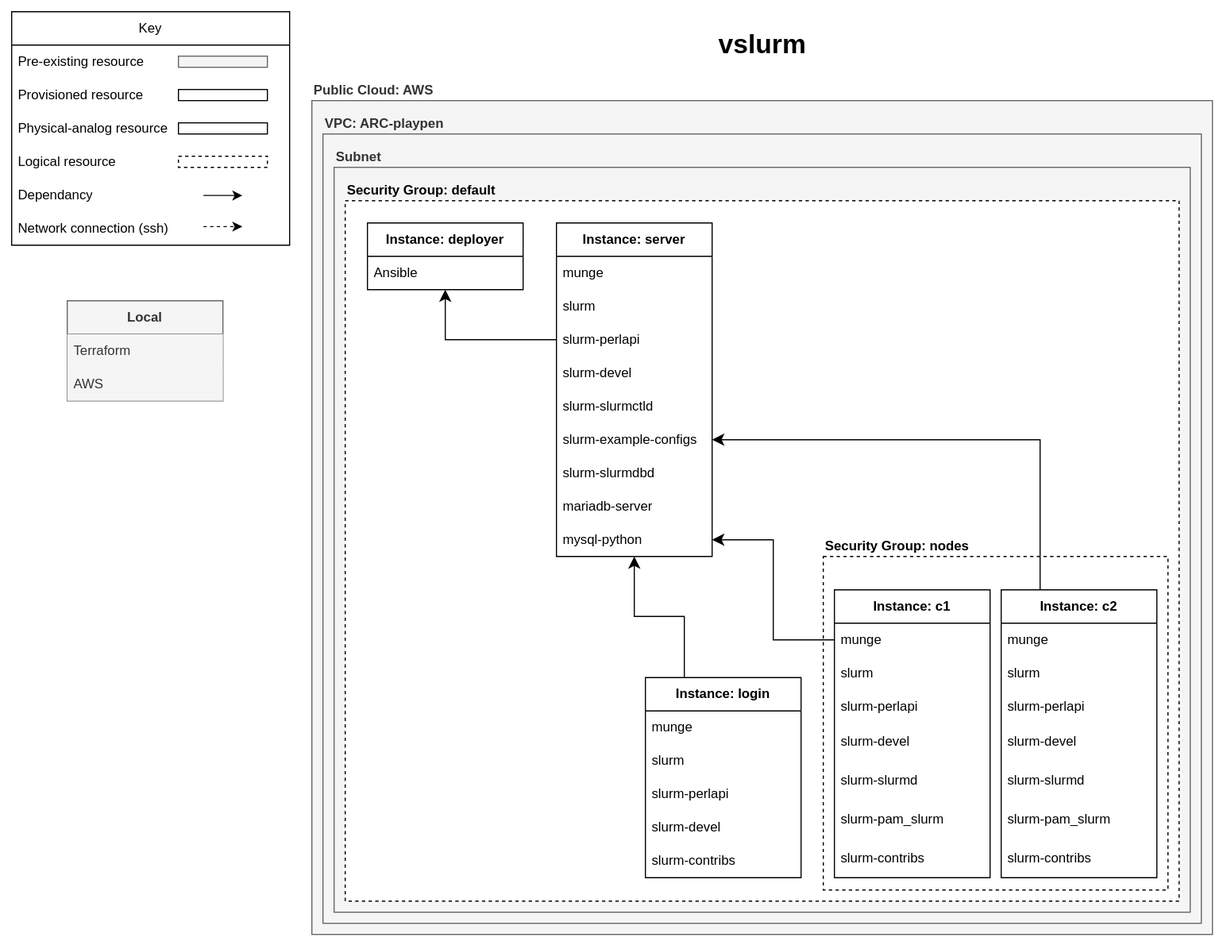
UCL-ARC/terraform-aws-vslurm keeps this draw.io diagram as diagrams/terraform-aws-vslurm.drawio.svg. Above is the earlier version. Source tidied: cells renumbered, new cells last; positions are measured from the earlier drawing's top-left corner, leaving out a move shared by most shapes.
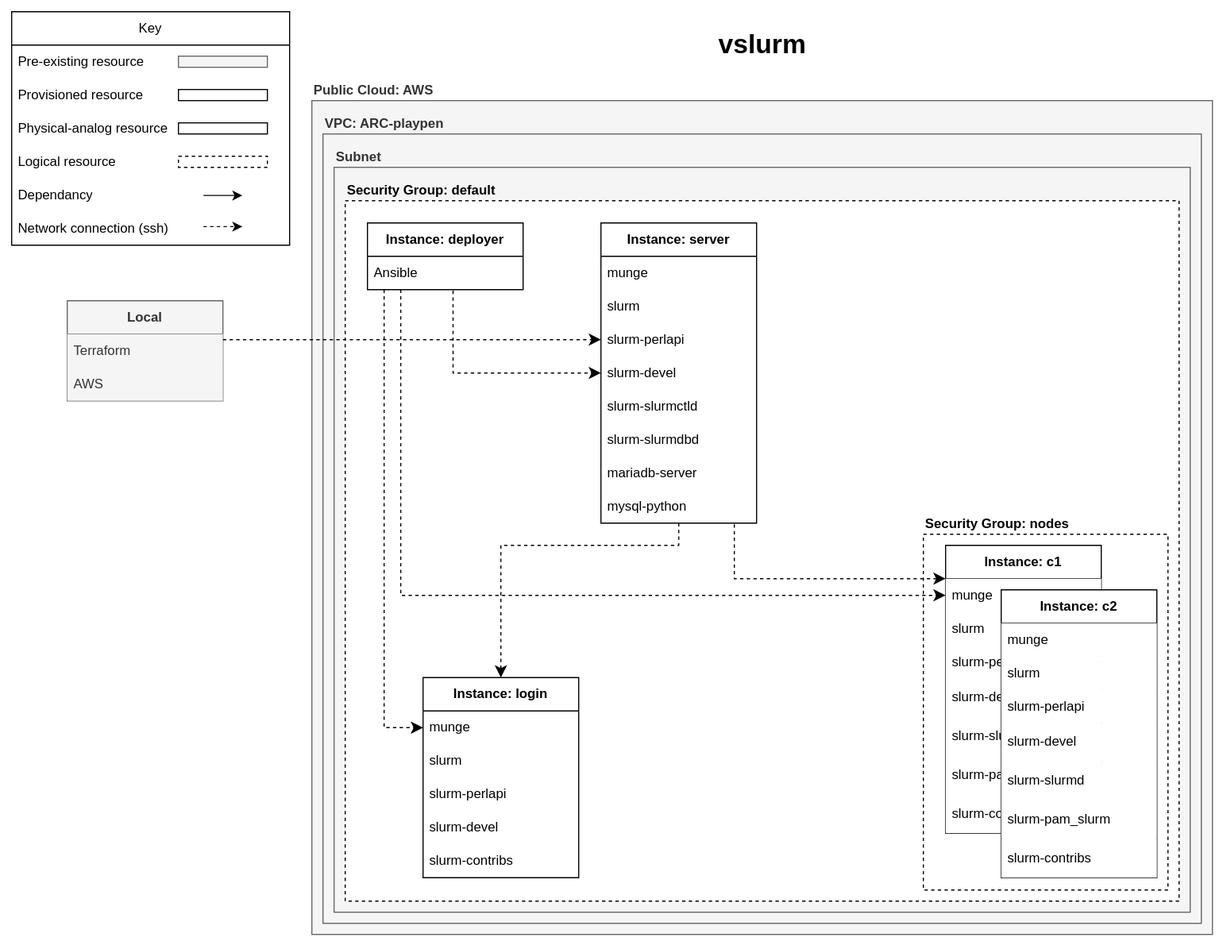
Above is the later version.

Commit message:
tweaked the configuration of the diagram; switched it to show intended ssh connections

The edit, as a diff of the source:
```diff
@@ -76,7 +76,7 @@
       <mxGeometry x="300" y="180" width="750" height="630" as="geometry" />
     </mxCell>
     <mxCell id="27" value="Security Group: nodes" style="text;html=1;align=left;verticalAlign=bottom;whiteSpace=wrap;rounded=0;fontStyle=1;labelPosition=center;verticalLabelPosition=top;strokeColor=default;fillColor=default;dashed=1;" parent="25" vertex="1">
-      <mxGeometry x="730" y="500" width="310" height="300" as="geometry" />
+      <mxGeometry x="820" y="480" width="220" height="320" as="geometry" />
     </mxCell>
     <mxCell id="28" value="provisioned instances" parent="0" />
     <mxCell id="29" value="&lt;b&gt;Instance: deployer&lt;/b&gt;" style="swimlane;fontStyle=0;horizontal=1;startSize=30;whiteSpace=wrap;html=1;strokeWidth=1;" parent="28" vertex="1">
@@ -86,7 +86,7 @@
       <mxGeometry y="30" width="140" height="30" as="geometry" />
     </mxCell>
     <mxCell id="31" value="&lt;b&gt;Instance: login&lt;/b&gt;" style="swimlane;fontStyle=0;horizontal=1;startSize=30;whiteSpace=wrap;html=1;" parent="28" vertex="1">
-      <mxGeometry x="570" y="609" width="140" height="180" as="geometry" />
+      <mxGeometry x="370" y="609" width="140" height="180" as="geometry" />
     </mxCell>
     <mxCell id="32" value="munge" style="text;strokeColor=none;fillColor=none;align=left;verticalAlign=middle;spacingLeft=4;spacingRight=4;overflow=hidden;points=[[0,0.5],[1,0.5]];portConstraint=eastwest;whiteSpace=wrap;html=1;" parent="31" vertex="1">
       <mxGeometry y="30" width="140" height="30" as="geometry" />
@@ -103,56 +103,56 @@
     <mxCell id="36" value="slurm-contribs" style="text;strokeColor=none;fillColor=none;align=left;verticalAlign=middle;spacingLeft=4;spacingRight=4;overflow=hidden;whiteSpace=wrap;html=1;" parent="31" vertex="1">
       <mxGeometry y="150" width="140" height="30" as="geometry" />
     </mxCell>
-    <mxCell id="37" value="&lt;b&gt;Instance: c1&lt;/b&gt;" style="swimlane;fontStyle=0;horizontal=1;startSize=30;whiteSpace=wrap;html=1;" parent="28" vertex="1">
-      <mxGeometry x="740" y="530" width="140" height="258.9" as="geometry" />
+    <mxCell id="37" value="&lt;b&gt;Instance: c1&lt;/b&gt;" style="swimlane;fontStyle=0;horizontal=1;startSize=30;whiteSpace=wrap;html=1;fillColor=default;" parent="28" vertex="1">
+      <mxGeometry x="840" y="490" width="140" height="258.9" as="geometry" />
     </mxCell>
-    <mxCell id="38" value="munge" style="text;strokeColor=none;fillColor=none;align=left;verticalAlign=middle;spacingLeft=4;spacingRight=4;overflow=hidden;points=[[0,0.5],[1,0.5]];portConstraint=eastwest;whiteSpace=wrap;html=1;" parent="37" vertex="1">
+    <mxCell id="38" value="munge" style="text;strokeColor=none;fillColor=default;align=left;verticalAlign=middle;spacingLeft=4;spacingRight=4;overflow=hidden;points=[[0,0.5],[1,0.5]];portConstraint=eastwest;whiteSpace=wrap;html=1;" parent="37" vertex="1">
       <mxGeometry y="30" width="140" height="30" as="geometry" />
     </mxCell>
-    <mxCell id="39" value="slurm" style="text;strokeColor=none;fillColor=none;align=left;verticalAlign=middle;spacingLeft=4;spacingRight=4;overflow=hidden;whiteSpace=wrap;html=1;" parent="37" vertex="1">
+    <mxCell id="39" value="slurm" style="text;strokeColor=none;fillColor=default;align=left;verticalAlign=middle;spacingLeft=4;spacingRight=4;overflow=hidden;whiteSpace=wrap;html=1;" parent="37" vertex="1">
       <mxGeometry y="60" width="140" height="30" as="geometry" />
     </mxCell>
-    <mxCell id="40" value="slurm-perlapi" style="text;strokeColor=none;fillColor=none;align=left;verticalAlign=middle;spacingLeft=4;spacingRight=4;overflow=hidden;whiteSpace=wrap;html=1;" parent="37" vertex="1">
+    <mxCell id="40" value="slurm-perlapi" style="text;strokeColor=none;fillColor=default;align=left;verticalAlign=middle;spacingLeft=4;spacingRight=4;overflow=hidden;whiteSpace=wrap;html=1;" parent="37" vertex="1">
       <mxGeometry y="90" width="140" height="30" as="geometry" />
     </mxCell>
-    <mxCell id="41" value="slurm-devel" style="text;strokeColor=none;fillColor=none;align=left;verticalAlign=middle;spacingLeft=4;spacingRight=4;overflow=hidden;whiteSpace=wrap;html=1;" parent="37" vertex="1">
+    <mxCell id="41" value="slurm-devel" style="text;strokeColor=none;fillColor=default;align=left;verticalAlign=middle;spacingLeft=4;spacingRight=4;overflow=hidden;whiteSpace=wrap;html=1;" parent="37" vertex="1">
       <mxGeometry y="120" width="140" height="34.7" as="geometry" />
     </mxCell>
-    <mxCell id="42" value="slurm-slurmd" style="text;strokeColor=none;fillColor=none;align=left;verticalAlign=middle;spacingLeft=4;spacingRight=4;overflow=hidden;whiteSpace=wrap;html=1;" parent="37" vertex="1">
+    <mxCell id="42" value="slurm-slurmd" style="text;strokeColor=none;fillColor=default;align=left;verticalAlign=middle;spacingLeft=4;spacingRight=4;overflow=hidden;whiteSpace=wrap;html=1;" parent="37" vertex="1">
       <mxGeometry y="154.7" width="140" height="34.7" as="geometry" />
     </mxCell>
-    <mxCell id="43" value="slurm-pam_slurm" style="text;strokeColor=none;fillColor=none;align=left;verticalAlign=middle;spacingLeft=4;spacingRight=4;overflow=hidden;whiteSpace=wrap;html=1;" parent="37" vertex="1">
+    <mxCell id="43" value="slurm-pam_slurm" style="text;strokeColor=none;fillColor=default;align=left;verticalAlign=middle;spacingLeft=4;spacingRight=4;overflow=hidden;whiteSpace=wrap;html=1;" parent="37" vertex="1">
       <mxGeometry y="189.5" width="140" height="34.7" as="geometry" />
     </mxCell>
-    <mxCell id="44" value="slurm-contribs" style="text;strokeColor=none;fillColor=none;align=left;verticalAlign=middle;spacingLeft=4;spacingRight=4;overflow=hidden;whiteSpace=wrap;html=1;" parent="37" vertex="1">
+    <mxCell id="44" value="slurm-contribs" style="text;strokeColor=none;fillColor=default;align=left;verticalAlign=middle;spacingLeft=4;spacingRight=4;overflow=hidden;whiteSpace=wrap;html=1;" parent="37" vertex="1">
       <mxGeometry y="224.2" width="140" height="34.7" as="geometry" />
     </mxCell>
-    <mxCell id="45" value="&lt;b&gt;Instance: c2&lt;/b&gt;" style="swimlane;fontStyle=0;horizontal=1;startSize=30;whiteSpace=wrap;html=1;" parent="28" vertex="1">
+    <mxCell id="45" value="&lt;b&gt;Instance: c2&lt;/b&gt;" style="swimlane;fontStyle=0;horizontal=1;startSize=30;whiteSpace=wrap;html=1;fillColor=default;" parent="28" vertex="1">
       <mxGeometry x="890" y="530" width="140" height="258.9" as="geometry" />
     </mxCell>
-    <mxCell id="46" value="munge" style="text;strokeColor=none;fillColor=none;align=left;verticalAlign=middle;spacingLeft=4;spacingRight=4;overflow=hidden;whiteSpace=wrap;html=1;" parent="45" vertex="1">
+    <mxCell id="46" value="munge" style="text;strokeColor=none;fillColor=default;align=left;verticalAlign=middle;spacingLeft=4;spacingRight=4;overflow=hidden;whiteSpace=wrap;html=1;" parent="45" vertex="1">
       <mxGeometry y="30" width="140" height="30" as="geometry" />
     </mxCell>
-    <mxCell id="47" value="slurm" style="text;strokeColor=none;fillColor=none;align=left;verticalAlign=middle;spacingLeft=4;spacingRight=4;overflow=hidden;whiteSpace=wrap;html=1;" parent="45" vertex="1">
+    <mxCell id="47" value="slurm" style="text;strokeColor=none;fillColor=default;align=left;verticalAlign=middle;spacingLeft=4;spacingRight=4;overflow=hidden;whiteSpace=wrap;html=1;" parent="45" vertex="1">
       <mxGeometry y="60" width="140" height="30" as="geometry" />
     </mxCell>
-    <mxCell id="48" value="slurm-perlapi" style="text;strokeColor=none;fillColor=none;align=left;verticalAlign=middle;spacingLeft=4;spacingRight=4;overflow=hidden;whiteSpace=wrap;html=1;" parent="45" vertex="1">
+    <mxCell id="48" value="slurm-perlapi" style="text;strokeColor=none;fillColor=default;align=left;verticalAlign=middle;spacingLeft=4;spacingRight=4;overflow=hidden;whiteSpace=wrap;html=1;" parent="45" vertex="1">
       <mxGeometry y="90" width="140" height="30" as="geometry" />
     </mxCell>
-    <mxCell id="49" value="slurm-devel" style="text;strokeColor=none;fillColor=none;align=left;verticalAlign=middle;spacingLeft=4;spacingRight=4;overflow=hidden;whiteSpace=wrap;html=1;" parent="45" vertex="1">
+    <mxCell id="49" value="slurm-devel" style="text;strokeColor=none;fillColor=default;align=left;verticalAlign=middle;spacingLeft=4;spacingRight=4;overflow=hidden;whiteSpace=wrap;html=1;" parent="45" vertex="1">
       <mxGeometry y="120" width="140" height="34.7" as="geometry" />
     </mxCell>
-    <mxCell id="50" value="slurm-slurmd" style="text;strokeColor=none;fillColor=none;align=left;verticalAlign=middle;spacingLeft=4;spacingRight=4;overflow=hidden;whiteSpace=wrap;html=1;" parent="45" vertex="1">
+    <mxCell id="50" value="slurm-slurmd" style="text;strokeColor=none;fillColor=default;align=left;verticalAlign=middle;spacingLeft=4;spacingRight=4;overflow=hidden;whiteSpace=wrap;html=1;" parent="45" vertex="1">
       <mxGeometry y="154.7" width="140" height="34.7" as="geometry" />
     </mxCell>
-    <mxCell id="51" value="slurm-pam_slurm" style="text;strokeColor=none;fillColor=none;align=left;verticalAlign=middle;spacingLeft=4;spacingRight=4;overflow=hidden;whiteSpace=wrap;html=1;" parent="45" vertex="1">
+    <mxCell id="51" value="slurm-pam_slurm" style="text;strokeColor=none;fillColor=default;align=left;verticalAlign=middle;spacingLeft=4;spacingRight=4;overflow=hidden;whiteSpace=wrap;html=1;" parent="45" vertex="1">
       <mxGeometry y="189.5" width="140" height="34.7" as="geometry" />
     </mxCell>
-    <mxCell id="52" value="slurm-contribs" style="text;strokeColor=none;fillColor=none;align=left;verticalAlign=middle;spacingLeft=4;spacingRight=4;overflow=hidden;whiteSpace=wrap;html=1;" parent="45" vertex="1">
+    <mxCell id="52" value="slurm-contribs" style="text;strokeColor=none;fillColor=default;align=left;verticalAlign=middle;spacingLeft=4;spacingRight=4;overflow=hidden;whiteSpace=wrap;html=1;" parent="45" vertex="1">
       <mxGeometry y="224.2" width="140" height="34.7" as="geometry" />
     </mxCell>
     <mxCell id="53" value="&lt;b&gt;Instance: server&lt;/b&gt;" style="swimlane;fontStyle=0;horizontal=1;startSize=30;whiteSpace=wrap;html=1;" parent="28" vertex="1">
-      <mxGeometry x="490" y="200" width="140" height="300" as="geometry" />
+      <mxGeometry x="530" y="200" width="140" height="270" as="geometry" />
     </mxCell>
     <mxCell id="54" value="munge" style="text;strokeColor=none;fillColor=none;align=left;verticalAlign=middle;spacingLeft=4;spacingRight=4;overflow=hidden;whiteSpace=wrap;html=1;" parent="53" vertex="1">
       <mxGeometry y="30" width="140" height="30" as="geometry" />
@@ -169,34 +169,59 @@
     <mxCell id="58" value="slurm-slurmctld" style="text;strokeColor=none;fillColor=none;align=left;verticalAlign=middle;spacingLeft=4;spacingRight=4;overflow=hidden;whiteSpace=wrap;html=1;" parent="53" vertex="1">
       <mxGeometry y="150" width="140" height="30" as="geometry" />
     </mxCell>
-    <mxCell id="59" value="slurm-example-configs" style="text;strokeColor=none;fillColor=none;align=left;verticalAlign=middle;spacingLeft=4;spacingRight=4;overflow=hidden;points=[[0,0.5],[1,0.5]];portConstraint=eastwest;whiteSpace=wrap;html=1;" parent="53" vertex="1">
-      <mxGeometry y="180" width="140" height="30" as="geometry" />
-    </mxCell>
     <mxCell id="60" value="slurm-slurmdbd" style="text;strokeColor=none;fillColor=none;align=left;verticalAlign=middle;spacingLeft=4;spacingRight=4;overflow=hidden;whiteSpace=wrap;html=1;" parent="53" vertex="1">
-      <mxGeometry y="210" width="140" height="30" as="geometry" />
+      <mxGeometry y="180" width="140" height="30" as="geometry" />
     </mxCell>
     <mxCell id="61" value="mariadb-server" style="text;strokeColor=none;fillColor=none;align=left;verticalAlign=middle;spacingLeft=4;spacingRight=4;overflow=hidden;whiteSpace=wrap;html=1;" parent="53" vertex="1">
-      <mxGeometry y="240" width="140" height="30" as="geometry" />
+      <mxGeometry y="210" width="140" height="30" as="geometry" />
     </mxCell>
     <mxCell id="62" value="mysql-python" style="text;strokeColor=none;fillColor=none;align=left;verticalAlign=middle;spacingLeft=4;spacingRight=4;overflow=hidden;points=[[0,0.5],[1,0.5]];portConstraint=eastwest;whiteSpace=wrap;html=1;" parent="53" vertex="1">
-      <mxGeometry y="270" width="140" height="30" as="geometry" />
+      <mxGeometry y="240" width="140" height="30" as="geometry" />
     </mxCell>
-    <mxCell id="63" value="dependancies" parent="0" />
-    <mxCell id="64" style="edgeStyle=segmentEdgeStyle;endArrow=classic;html=1;curved=0;rounded=0;endSize=8;startSize=8;exitX=0;exitY=0.5;exitDx=0;exitDy=0;" parent="63" edge="1" source="56" target="30">
-      <mxGeometry relative="1" as="geometry" />
-    </mxCell>
+    <mxCell id="68" value="network connections" parent="0" />
+    <mxCell id="69" style="edgeStyle=elbowEdgeStyle;elbow=vertical;endArrow=classic;html=1;curved=0;rounded=0;endSize=8;startSize=8;exitX=0.107;exitY=1;exitDx=0;exitDy=0;exitPerimeter=0;entryX=0;entryY=0.5;entryDx=0;entryDy=0;dashed=1;" parent="68" edge="1" source="30" target="32">
+      <mxGeometry relative="1" as="geometry">
+        <Array as="points">
+          <mxPoint x="440" y="654" />
+        </Array>
+      </mxGeometry>
+    </mxCell>
+    <mxCell id="70" style="edgeStyle=elbowEdgeStyle;elbow=vertical;endArrow=classic;html=1;curved=0;rounded=0;endSize=8;startSize=8;exitX=0.214;exitY=1;exitDx=0;exitDy=0;exitPerimeter=0;dashed=1;entryX=0;entryY=0.5;entryDx=0;entryDy=0;" parent="68" edge="1" source="30" target="38">
+      <mxGeometry relative="1" as="geometry">
+        <Array as="points">
+          <mxPoint x="590" y="535" />
+        </Array>
+      </mxGeometry>
+    </mxCell>
+    <mxCell id="71" style="edgeStyle=elbowEdgeStyle;elbow=vertical;endArrow=classic;html=1;curved=0;rounded=0;endSize=8;startSize=8;exitX=0.55;exitY=1.033;exitDx=0;exitDy=0;exitPerimeter=0;dashed=1;entryX=0;entryY=0.5;entryDx=0;entryDy=0;" parent="68" edge="1" source="30" target="57">
+      <mxGeometry relative="1" as="geometry">
+        <Array as="points">
+          <mxPoint x="440" y="335" />
+        </Array>
+      </mxGeometry>
+    </mxCell>
+    <mxCell id="72" style="edgeStyle=elbowEdgeStyle;elbow=horizontal;endArrow=classic;html=1;curved=0;rounded=0;endSize=8;startSize=8;entryX=0;entryY=0.5;entryDx=0;entryDy=0;dashed=1;" parent="68" edge="1" target="56">
+      <mxGeometry relative="1" as="geometry">
+        <mxPoint x="190" y="305" as="sourcePoint" />
+        <Array as="points">
+          <mxPoint x="230" y="320" />
+        </Array>
+      </mxGeometry>
+    </mxCell>
-    <mxCell id="65" style="edgeStyle=elbowEdgeStyle;elbow=vertical;endArrow=classic;html=1;curved=0;rounded=0;endSize=8;startSize=8;exitX=0.25;exitY=0;exitDx=0;exitDy=0;" parent="63" edge="1" source="31" target="62">
-      <mxGeometry relative="1" as="geometry" />
+    <mxCell id="65" style="edgeStyle=elbowEdgeStyle;elbow=vertical;endArrow=none;html=1;curved=0;rounded=0;endSize=8;startSize=8;exitX=0.5;exitY=0;exitDx=0;exitDy=0;startArrow=classic;startFill=1;endFill=0;dashed=1;strokeWidth=1;" parent="68" edge="1" source="31" target="62">
+      <mxGeometry relative="1" as="geometry">
+        <Array as="points">
+          <mxPoint x="520" y="490" />
+        </Array>
+      </mxGeometry>
     </mxCell>
-    <mxCell id="66" style="edgeStyle=elbowEdgeStyle;elbow=horizontal;endArrow=classic;html=1;curved=0;rounded=0;endSize=8;startSize=8;entryX=1;entryY=0.5;entryDx=0;entryDy=0;" parent="63" edge="1" source="38" target="62">
-      <mxGeometry relative="1" as="geometry" />
-    </mxCell>
-    <mxCell id="67" style="edgeStyle=elbowEdgeStyle;elbow=vertical;endArrow=classic;html=1;curved=0;rounded=0;endSize=8;startSize=8;exitX=0.25;exitY=0;exitDx=0;exitDy=0;entryX=1;entryY=0.5;entryDx=0;entryDy=0;" parent="63" edge="1" source="45" target="59">
-      <mxGeometry relative="1" as="geometry">
-        <Array as="points">
-          <mxPoint x="800" y="395" />
-        </Array>
-      </mxGeometry>
-    </mxCell>
+    <mxCell id="73" style="edgeStyle=elbowEdgeStyle;elbow=vertical;endArrow=none;html=1;curved=0;rounded=0;endSize=8;startSize=8;startArrow=classic;startFill=1;endFill=0;dashed=1;strokeWidth=1;entryX=0.857;entryY=1;entryDx=0;entryDy=0;entryPerimeter=0;" parent="68" edge="1" target="62">
+      <mxGeometry relative="1" as="geometry">
+        <mxPoint x="840" y="520" as="sourcePoint" />
+        <Array as="points">
+          <mxPoint x="750" y="520" />
+        </Array>
+      </mxGeometry>
+    </mxCell>
   </root>
 </mxGraphModel>
```
